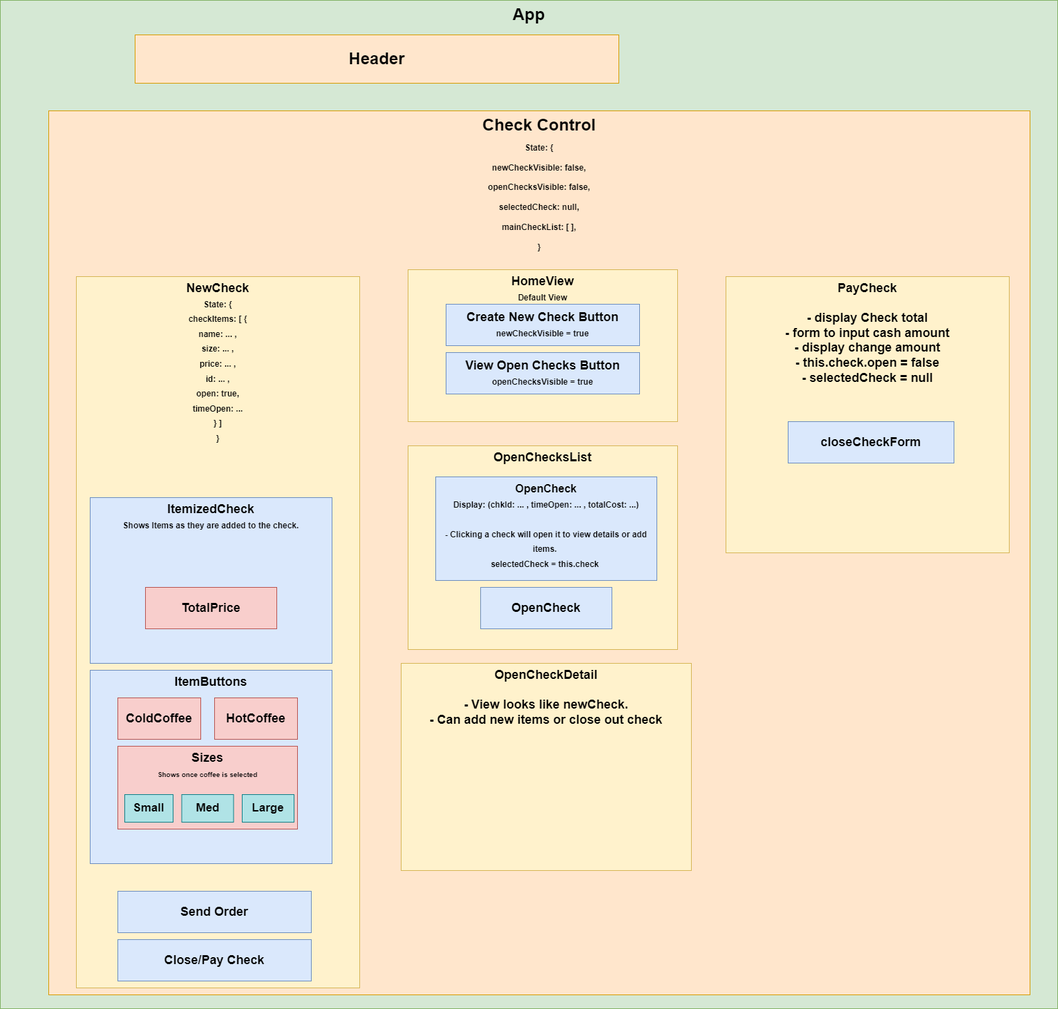
AaronDBoyd/CoffeeShop_POS keeps this draw.io diagram as v1CoffeeShopPOSDiagram.png. Above is the earlier version. Source tidied: cells renumbered, new cells last; positions are measured from the earlier drawing's top-left corner, leaving out a move shared by most shapes.
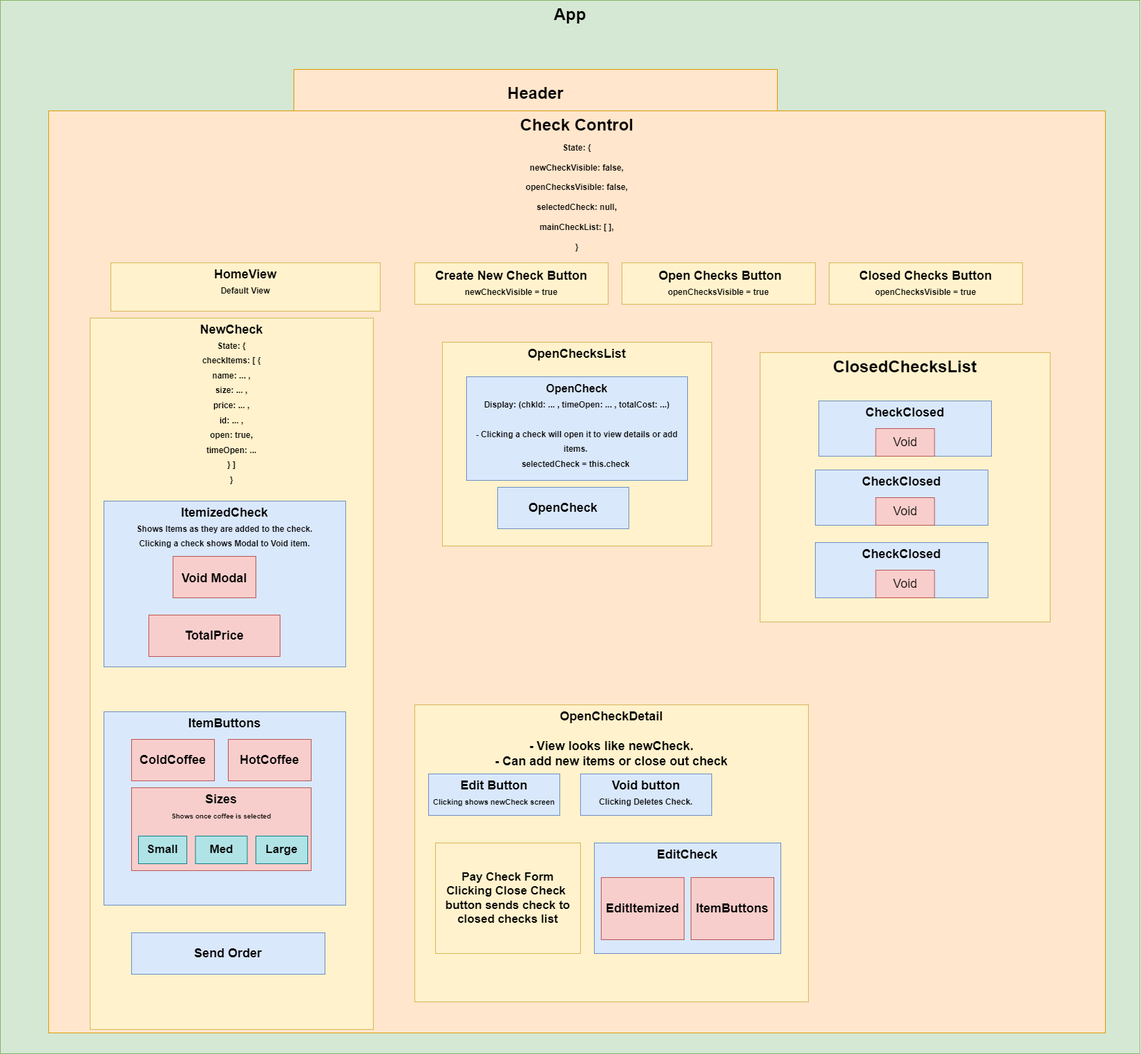
Later version of the same file.

Commit message:
add pin pad to home screen

Change to the diagram source:
```diff
@@ -3,22 +3,22 @@
     <mxCell id="0" />
     <mxCell id="1" parent="0" />
     <mxCell id="2" value="App" style="rounded=0;whiteSpace=wrap;html=1;fillColor=#d5e8d4;strokeColor=#82b366;fontStyle=1;verticalAlign=top;fontSize=24;" parent="1" vertex="1">
-      <mxGeometry width="1530" height="1460" as="geometry" />
+      <mxGeometry x="-20" y="-60" width="1650" height="1525" as="geometry" />
     </mxCell>
     <mxCell id="3" value="Header" style="rounded=0;whiteSpace=wrap;html=1;fontStyle=1;fontSize=24;fillColor=#ffe6cc;strokeColor=#d79b00;" parent="1" vertex="1">
-      <mxGeometry x="195" y="50" width="700" height="70" as="geometry" />
+      <mxGeometry x="405" y="40" width="700" height="70" as="geometry" />
     </mxCell>
     <mxCell id="4" value="Check Control&lt;br style=&quot;font-size: 23px;&quot;&gt;&lt;font style=&quot;font-size: 12px;&quot;&gt;State: {&lt;br&gt;newCheckVisible: false,&lt;br&gt;openChecksVisible: false,&lt;br&gt;selectedCheck: null,&lt;br&gt;mainCheckList: [ ],&lt;br&gt;}&lt;/font&gt;" style="rounded=0;whiteSpace=wrap;html=1;fontSize=24;fontStyle=1;verticalAlign=top;fillColor=#ffe6cc;strokeColor=#d79b00;" parent="1" vertex="1">
-      <mxGeometry x="70" y="160" width="1420" height="1280" as="geometry" />
+      <mxGeometry x="50" y="100" width="1530" height="1335" as="geometry" />
     </mxCell>
     <mxCell id="5" value="NewCheck&lt;br style=&quot;font-size: 17px;&quot;&gt;&lt;font style=&quot;font-size: 12px;&quot;&gt;&lt;font style=&quot;font-size: 12px;&quot;&gt;State: {&lt;br&gt;&lt;/font&gt;checkItems: [ {&lt;br&gt;name: ... ,&lt;br&gt;size: ... ,&lt;br&gt;price: ... ,&lt;br&gt;id: ... ,&lt;br&gt;open: true,&lt;br&gt;timeOpen: ...&lt;br&gt;} ]&lt;br&gt;}&lt;/font&gt;" style="rounded=0;whiteSpace=wrap;html=1;fontSize=18;fillColor=#fff2cc;strokeColor=#d6b656;fontStyle=1;verticalAlign=top;" parent="1" vertex="1">
       <mxGeometry x="110" y="400" width="410" height="1030" as="geometry" />
     </mxCell>
-    <mxCell id="6" value="ItemizedCheck&lt;br style=&quot;font-size: 17px;&quot;&gt;&lt;font style=&quot;font-size: 12px;&quot;&gt;Shows Items as they are added to the check.&lt;/font&gt;" style="rounded=0;whiteSpace=wrap;html=1;fontSize=18;fontStyle=1;verticalAlign=top;fillColor=#dae8fc;strokeColor=#6c8ebf;" parent="1" vertex="1">
-      <mxGeometry x="130" y="720" width="350" height="240" as="geometry" />
+    <mxCell id="6" value="ItemizedCheck&lt;br style=&quot;font-size: 17px;&quot;&gt;&lt;font style=&quot;font-size: 12px;&quot;&gt;Shows Items as they are added to the check.&lt;br&gt;Clicking a check shows Modal to Void item.&lt;br&gt;&lt;/font&gt;" style="rounded=0;whiteSpace=wrap;html=1;fontSize=18;fontStyle=1;verticalAlign=top;fillColor=#dae8fc;strokeColor=#6c8ebf;" parent="1" vertex="1">
+      <mxGeometry x="130" y="665" width="350" height="240" as="geometry" />
     </mxCell>
     <mxCell id="7" value="TotalPrice" style="rounded=0;whiteSpace=wrap;html=1;fontSize=18;fontStyle=1;fillColor=#f8cecc;strokeColor=#b85450;" parent="1" vertex="1">
-      <mxGeometry x="210" y="850" width="190" height="60" as="geometry" />
+      <mxGeometry x="195" y="830" width="190" height="60" as="geometry" />
     </mxCell>
     <mxCell id="8" value="ItemButtons" style="rounded=0;whiteSpace=wrap;html=1;fontSize=18;fontStyle=1;verticalAlign=top;fillColor=#dae8fc;strokeColor=#6c8ebf;" parent="1" vertex="1">
       <mxGeometry x="130" y="970" width="350" height="280" as="geometry" />
@@ -42,37 +42,73 @@
       <mxGeometry x="350" y="1150" width="75" height="40" as="geometry" />
     </mxCell>
     <mxCell id="15" value="HomeView&lt;br style=&quot;font-size: 17px;&quot;&gt;&lt;font style=&quot;font-size: 12px;&quot;&gt;Default View&lt;/font&gt;" style="rounded=0;whiteSpace=wrap;html=1;fontSize=18;fontStyle=1;verticalAlign=top;fillColor=#fff2cc;strokeColor=#d6b656;" parent="1" vertex="1">
-      <mxGeometry x="590" y="390" width="390" height="220" as="geometry" />
+      <mxGeometry x="140" y="320" width="390" height="70" as="geometry" />
     </mxCell>
-    <mxCell id="16" value="Create New Check Button&lt;br style=&quot;font-size: 17px;&quot;&gt;&lt;span style=&quot;font-size: 12px;&quot;&gt;newCheckVisible = true&lt;/span&gt;" style="rounded=0;whiteSpace=wrap;html=1;fontSize=18;fontStyle=1;fillColor=#dae8fc;strokeColor=#6c8ebf;" parent="1" vertex="1">
-      <mxGeometry x="645" y="440" width="280" height="60" as="geometry" />
+    <mxCell id="16" value="Create New Check Button&lt;br style=&quot;font-size: 17px;&quot;&gt;&lt;span style=&quot;font-size: 12px;&quot;&gt;newCheckVisible = true&lt;/span&gt;" style="rounded=0;whiteSpace=wrap;html=1;fontSize=18;fontStyle=1;fillColor=#fff2cc;strokeColor=#d6b656;" parent="1" vertex="1">
+      <mxGeometry x="580" y="320" width="280" height="60" as="geometry" />
     </mxCell>
-    <mxCell id="17" value="View Open Checks Button&lt;br style=&quot;font-size: 17px;&quot;&gt;&lt;font style=&quot;font-size: 12px;&quot;&gt;openChecksVisible = true&lt;/font&gt;" style="rounded=0;whiteSpace=wrap;html=1;fontSize=18;fontStyle=1;verticalAlign=middle;fillColor=#dae8fc;strokeColor=#6c8ebf;" parent="1" vertex="1">
-      <mxGeometry x="645" y="510" width="280" height="60" as="geometry" />
+    <mxCell id="17" value="&amp;nbsp;Open Checks Button&lt;br style=&quot;font-size: 17px;&quot;&gt;&lt;font style=&quot;font-size: 12px;&quot;&gt;openChecksVisible = true&lt;/font&gt;" style="rounded=0;whiteSpace=wrap;html=1;fontSize=18;fontStyle=1;verticalAlign=middle;fillColor=#fff2cc;strokeColor=#d6b656;" parent="1" vertex="1">
+      <mxGeometry x="880" y="320" width="280" height="60" as="geometry" />
     </mxCell>
     <mxCell id="18" value="OpenChecksList" style="rounded=0;whiteSpace=wrap;html=1;fontSize=18;fontStyle=1;verticalAlign=top;fillColor=#fff2cc;strokeColor=#d6b656;" parent="1" vertex="1">
-      <mxGeometry x="590" y="645" width="390" height="295" as="geometry" />
+      <mxGeometry x="620" y="435" width="390" height="295" as="geometry" />
     </mxCell>
     <mxCell id="19" value="&lt;b style=&quot;&quot;&gt;&lt;font style=&quot;font-size: 16px;&quot;&gt;OpenCheck&lt;/font&gt;&lt;br&gt;&lt;span style=&quot;font-size: 12px;&quot;&gt;Display: (chkId: ... ,&amp;nbsp;&lt;/span&gt;&lt;span style=&quot;font-size: 12px;&quot;&gt;timeOpen: ... ,&amp;nbsp;&lt;/span&gt;&lt;span style=&quot;font-size: 12px;&quot;&gt;totalCost: ...)&lt;br&gt;&lt;/span&gt;&lt;br&gt;&lt;span style=&quot;font-size: 12px;&quot;&gt;- Clicking a check will open it to view details or add items. &lt;/span&gt;&lt;br&gt;&lt;span style=&quot;font-size: 12px;&quot;&gt;selectedCheck = this.check&amp;nbsp;&lt;/span&gt;&lt;br&gt;&lt;/b&gt;" style="rounded=0;whiteSpace=wrap;html=1;fontSize=18;verticalAlign=top;fillColor=#dae8fc;strokeColor=#6c8ebf;" parent="1" vertex="1">
-      <mxGeometry x="630" y="690" width="320" height="150" as="geometry" />
+      <mxGeometry x="655" y="485" width="320" height="150" as="geometry" />
     </mxCell>
     <mxCell id="20" value="OpenCheck" style="rounded=0;whiteSpace=wrap;html=1;fontSize=18;fillColor=#dae8fc;strokeColor=#6c8ebf;fontStyle=1;" parent="1" vertex="1">
-      <mxGeometry x="695" y="850" width="190" height="60" as="geometry" />
+      <mxGeometry x="700" y="645" width="190" height="60" as="geometry" />
     </mxCell>
     <mxCell id="21" value="OpenCheckDetail&lt;br&gt;&lt;br&gt;- View looks like newCheck.&lt;br&gt;- Can add new items or close out check" style="rounded=0;whiteSpace=wrap;html=1;fontSize=18;fontStyle=1;verticalAlign=top;fillColor=#fff2cc;strokeColor=#d6b656;" parent="1" vertex="1">
-      <mxGeometry x="580" y="960" width="420" height="300" as="geometry" />
+      <mxGeometry x="580" y="960" width="570" height="430" as="geometry" />
     </mxCell>
-    <mxCell id="22" value="Close/Pay Check" style="rounded=0;whiteSpace=wrap;html=1;fontSize=18;fontStyle=1;fillColor=#dae8fc;strokeColor=#6c8ebf;" parent="1" vertex="1">
-      <mxGeometry x="170" y="1360" width="280" height="60" as="geometry" />
-    </mxCell>
-    <mxCell id="23" value="PayCheck&lt;br&gt;&lt;br&gt;- display Check total&lt;br&gt;- form to input cash amount&lt;br&gt;- display change amount&lt;br&gt;- this.check.open = false&lt;br&gt;- selectedCheck = null&lt;br&gt;&lt;br&gt;" style="rounded=0;whiteSpace=wrap;html=1;fontSize=18;fillColor=#fff2cc;strokeColor=#d6b656;fontStyle=1;verticalAlign=top;" parent="1" vertex="1">
-      <mxGeometry x="1050" y="400" width="410" height="400" as="geometry" />
-    </mxCell>
     <mxCell id="24" value="Send Order" style="rounded=0;whiteSpace=wrap;html=1;fontSize=18;fontStyle=1;fillColor=#dae8fc;strokeColor=#6c8ebf;" parent="1" vertex="1">
       <mxGeometry x="170" y="1290" width="280" height="60" as="geometry" />
     </mxCell>
-    <mxCell id="25" value="closeCheckForm" style="rounded=0;whiteSpace=wrap;html=1;fillColor=#dae8fc;strokeColor=#6c8ebf;fontStyle=1;fontSize=18;" parent="1" vertex="1">
-      <mxGeometry x="1140" y="610" width="240" height="60" as="geometry" />
-    </mxCell>
+    <mxCell id="26" value="ClosedChecksList" style="rounded=0;whiteSpace=wrap;html=1;fillColor=#fff2cc;strokeColor=#d6b656;verticalAlign=top;fontStyle=1;fontSize=24;" parent="1" vertex="1">
+      <mxGeometry x="1080" y="450" width="420" height="390" as="geometry" />
+    </mxCell>
+    <mxCell id="27" value="&lt;font style=&quot;font-size: 18px;&quot;&gt;Void Modal&lt;/font&gt;" style="rounded=0;whiteSpace=wrap;html=1;fontSize=24;fillColor=#f8cecc;strokeColor=#b85450;fontStyle=1;" parent="1" vertex="1">
+      <mxGeometry x="230" y="745" width="120" height="60" as="geometry" />
+    </mxCell>
+    <mxCell id="28" value="Edit Button&lt;br style=&quot;font-size: 17px;&quot;&gt;&lt;font style=&quot;font-size: 11px;&quot;&gt;Clicking shows newCheck screen&lt;/font&gt;" style="rounded=0;whiteSpace=wrap;html=1;fontSize=18;verticalAlign=top;fontStyle=1;fillColor=#dae8fc;strokeColor=#6c8ebf;" parent="1" vertex="1">
+      <mxGeometry x="600" y="1060" width="190" height="60" as="geometry" />
+    </mxCell>
+    <mxCell id="29" value="Void button&lt;br style=&quot;font-size: 17px;&quot;&gt;&lt;font style=&quot;font-size: 12px;&quot;&gt;Clicking Deletes Check.&lt;/font&gt;" style="rounded=0;whiteSpace=wrap;html=1;fontSize=18;verticalAlign=top;fontStyle=1;fillColor=#dae8fc;strokeColor=#6c8ebf;" parent="1" vertex="1">
+      <mxGeometry x="820" y="1060" width="190" height="60" as="geometry" />
+    </mxCell>
+    <mxCell id="30" value="Pay Check Form&lt;br&gt;Clicking Close Check&amp;nbsp;&lt;br&gt;button sends check to closed checks list" style="rounded=0;whiteSpace=wrap;html=1;fontSize=17;fontStyle=1;fillColor=#fff2cc;strokeColor=#d6b656;" parent="1" vertex="1">
+      <mxGeometry x="610" y="1160" width="210" height="160" as="geometry" />
+    </mxCell>
+    <mxCell id="31" value="EditCheck" style="rounded=0;whiteSpace=wrap;html=1;fontSize=18;verticalAlign=top;fontStyle=1;fillColor=#dae8fc;strokeColor=#6c8ebf;" parent="1" vertex="1">
+      <mxGeometry x="840" y="1160" width="270" height="160" as="geometry" />
+    </mxCell>
+    <mxCell id="32" value="EditItemized" style="rounded=0;whiteSpace=wrap;html=1;fontSize=18;fontStyle=1;fillColor=#f8cecc;strokeColor=#b85450;" parent="1" vertex="1">
+      <mxGeometry x="850" y="1210" width="120" height="90" as="geometry" />
+    </mxCell>
+    <mxCell id="33" value="ItemButtons" style="rounded=0;whiteSpace=wrap;html=1;fontSize=18;fontStyle=1;fillColor=#f8cecc;strokeColor=#b85450;" parent="1" vertex="1">
+      <mxGeometry x="980" y="1210" width="120" height="90" as="geometry" />
+    </mxCell>
+    <mxCell id="34" value="CheckClosed" style="rounded=0;whiteSpace=wrap;html=1;fontSize=18;verticalAlign=top;fontStyle=1;fillColor=#dae8fc;strokeColor=#6c8ebf;" parent="1" vertex="1">
+      <mxGeometry x="1165" y="520" width="250" height="80" as="geometry" />
+    </mxCell>
+    <mxCell id="35" value="Void" style="rounded=0;whiteSpace=wrap;html=1;fontSize=18;fillColor=#f8cecc;strokeColor=#b85450;" parent="1" vertex="1">
+      <mxGeometry x="1247.5" y="560" width="85" height="40" as="geometry" />
+    </mxCell>
+    <mxCell id="36" value="CheckClosed" style="rounded=0;whiteSpace=wrap;html=1;fontSize=18;verticalAlign=top;fontStyle=1;fillColor=#dae8fc;strokeColor=#6c8ebf;" parent="1" vertex="1">
+      <mxGeometry x="1160" y="620" width="250" height="80" as="geometry" />
+    </mxCell>
+    <mxCell id="37" value="CheckClosed" style="rounded=0;whiteSpace=wrap;html=1;fontSize=18;verticalAlign=top;fontStyle=1;fillColor=#dae8fc;strokeColor=#6c8ebf;" parent="1" vertex="1">
+      <mxGeometry x="1160" y="725" width="250" height="80" as="geometry" />
+    </mxCell>
+    <mxCell id="38" value="Void" style="rounded=0;whiteSpace=wrap;html=1;fontSize=18;fillColor=#f8cecc;strokeColor=#b85450;" parent="1" vertex="1">
+      <mxGeometry x="1247.5" y="765" width="85" height="40" as="geometry" />
+    </mxCell>
+    <mxCell id="39" value="Void" style="rounded=0;whiteSpace=wrap;html=1;fontSize=18;fillColor=#f8cecc;strokeColor=#b85450;" parent="1" vertex="1">
+      <mxGeometry x="1247.5" y="660" width="85" height="40" as="geometry" />
+    </mxCell>
+    <mxCell id="40" value="Closed Checks Button&lt;br style=&quot;font-size: 17px;&quot;&gt;&lt;font style=&quot;font-size: 12px;&quot;&gt;openChecksVisible = true&lt;/font&gt;" style="rounded=0;whiteSpace=wrap;html=1;fontSize=18;fontStyle=1;verticalAlign=middle;fillColor=#fff2cc;strokeColor=#d6b656;" parent="1" vertex="1">
+      <mxGeometry x="1180" y="320" width="280" height="60" as="geometry" />
+    </mxCell>
   </root>
 </mxGraphModel>
```
